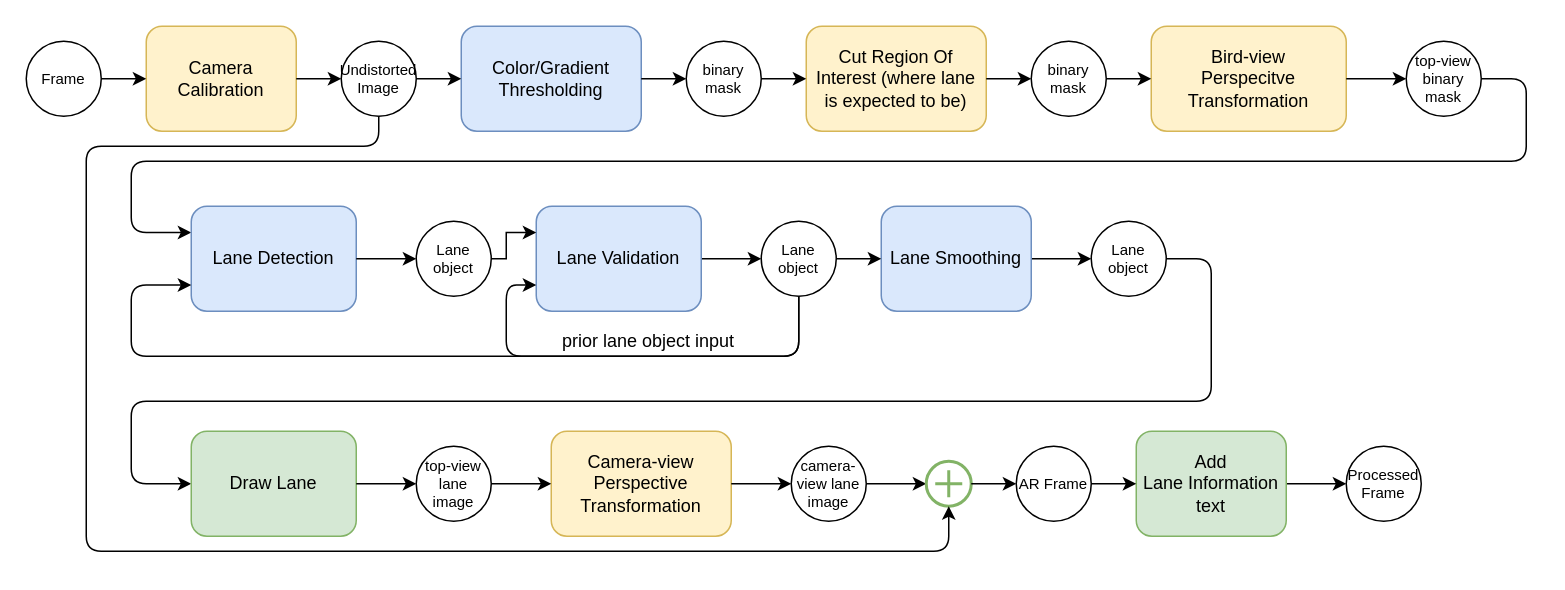
Earlier version of the draw.io diagram report/LaneFinderPipeline.drawio (max-kazak/AdvancedLaneFinding). Source tidied: cells renumbered, new cells numbered last; positions are measured from the earlier drawing's top-left corner, leaving out a move shared by most shapes. Both pictures are drawn from the tidied source at 150%, with x=0, y=0 at pixel (26, 26).
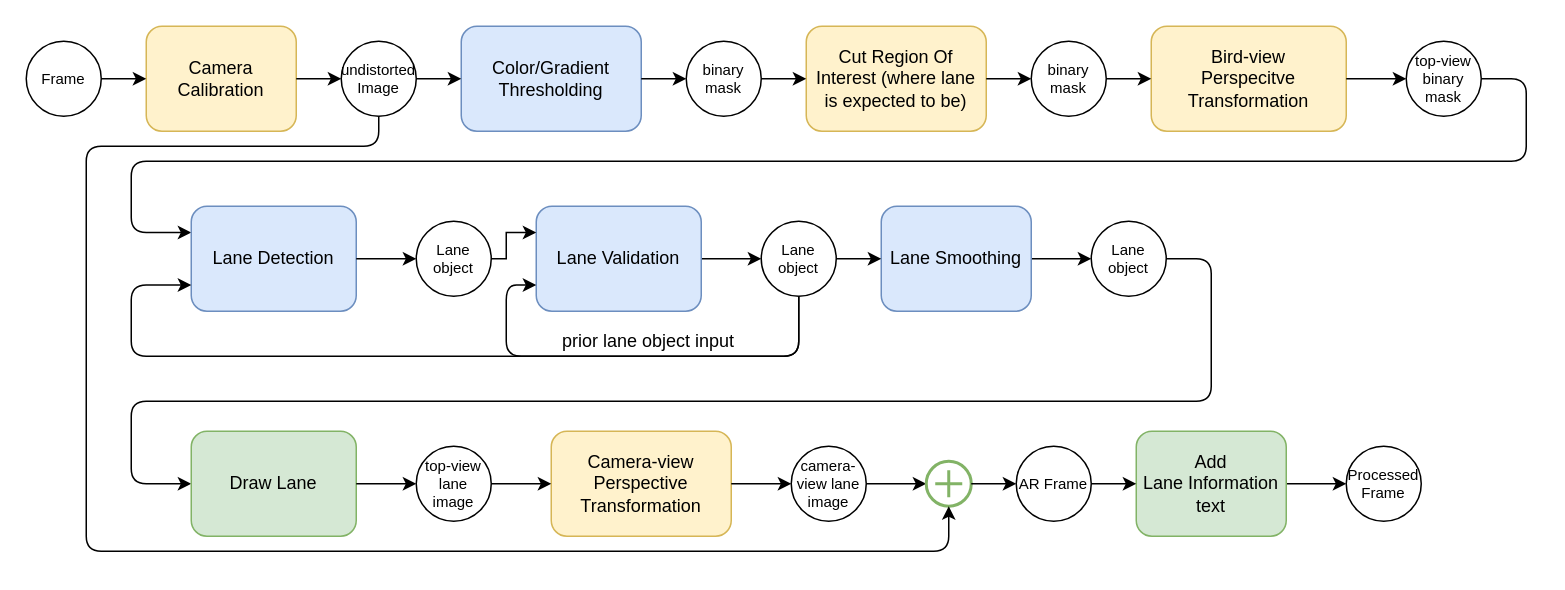
After the change.

Commit message (it also covers changes not shown here):
update pipeline diagram

What changed in the source:
```diff
@@
-    <mxCell id="5" value="Undistorted Image" style="ellipse;whiteSpace=wrap;html=1;fontSize=10;" parent="1" vertex="1">
+    <mxCell id="5" value="undistorted Image" style="ellipse;whiteSpace=wrap;html=1;fontSize=10;" parent="1" vertex="1">
       <mxGeometry x="210" y="10" width="50" height="50" as="geometry" />
     </mxCell>
```
